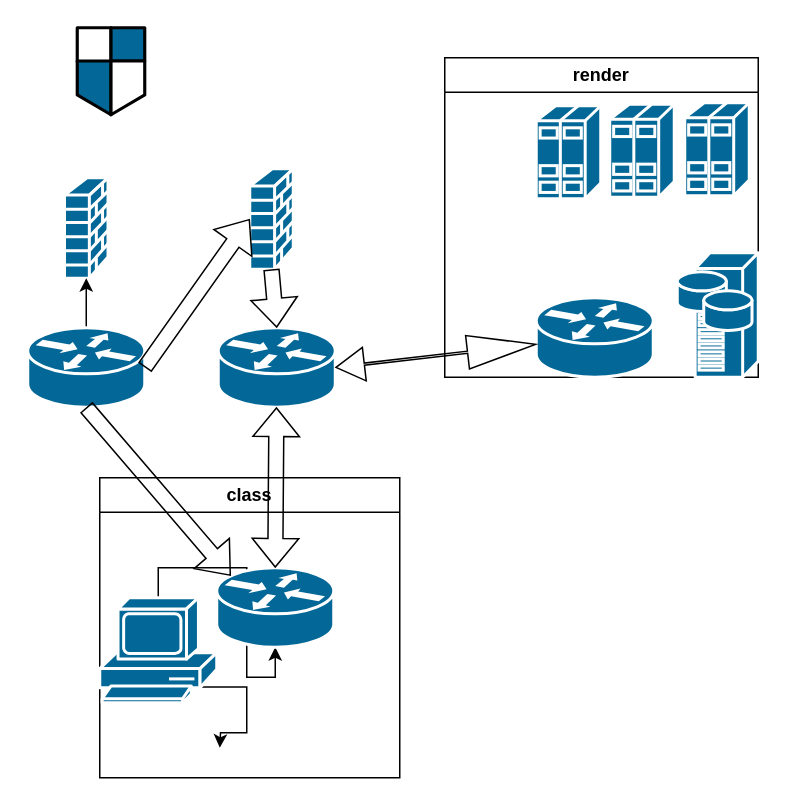
Earlier version of the draw.io diagram Untitled Diagram.drawio (MagicBarrel7887/diagrams-draw.io). Source tidied: cells renumbered, new cells numbered last; positions are measured from the earlier drawing's top-left corner, leaving out a move shared by most shapes. Both pictures are drawn from the tidied source at 150%, with x=0, y=0 at pixel (27, 27).
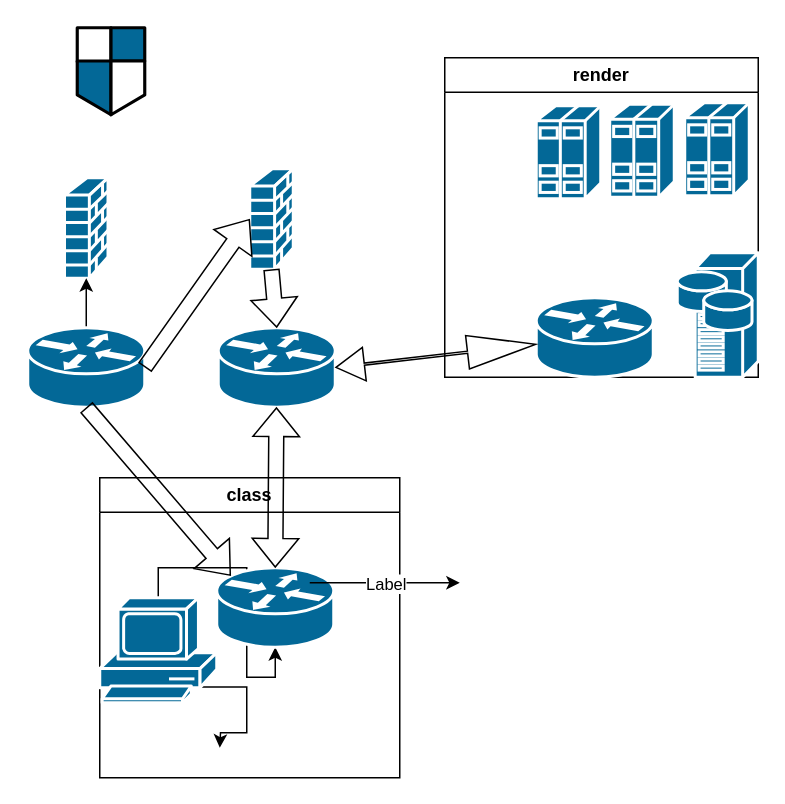
Above is the later version.

Diff of the diagram source:
```diff
@@
+    <mxCell id="25" style="endArrow=classic;html=1;rounded=0;" parent="1" edge="1">
+      <mxGeometry relative="1" as="geometry">
+        <mxPoint x="188" y="370" as="sourcePoint" />
+        <mxPoint x="288" y="370" as="targetPoint" />
+      </mxGeometry>
+    </mxCell>
+    <mxCell id="26" value="Label" style="edgeLabel;html=1;align=center;verticalAlign=middle;" parent="25" vertex="1">
+      <mxGeometry relative="1" as="geometry" />
+    </mxCell>
```
